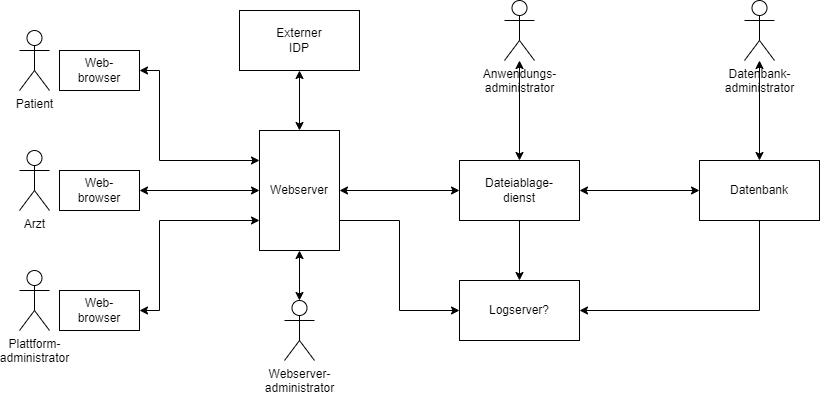
Earlier version of the draw.io export documents/Architekturüberblick/Architekturüberblick.png (DavidFambach/Abgabe-ASE-Patientenakte). Source tidied: cells renumbered, new cells last; positions are measured from the earlier drawing's top-left corner, leaving out a move shared by most shapes. Its diagram source:
```xml
<mxGraphModel>
  <root>
    <mxCell id="0" />
    <mxCell id="1" parent="0" />
    <mxCell id="2" value="Patient" style="shape=umlActor;verticalLabelPosition=bottom;verticalAlign=top;html=1;" parent="1" vertex="1">
      <mxGeometry y="30" width="30" height="60" as="geometry" />
    </mxCell>
    <mxCell id="3" value="Arzt" style="shape=umlActor;verticalLabelPosition=bottom;verticalAlign=top;html=1;" parent="1" vertex="1">
      <mxGeometry y="150" width="30" height="60" as="geometry" />
    </mxCell>
    <mxCell id="4" value="&lt;div&gt;Plattform-&lt;/div&gt;&lt;div&gt;administrator&lt;/div&gt;" style="shape=umlActor;verticalLabelPosition=bottom;verticalAlign=top;html=1;" parent="1" vertex="1">
      <mxGeometry y="270" width="30" height="60" as="geometry" />
    </mxCell>
    <mxCell id="5" style="edgeStyle=orthogonalEdgeStyle;rounded=0;jettySize=auto;html=1;exitX=1;exitY=0.5;exitDx=0;exitDy=0;entryX=0;entryY=0.25;entryDx=0;entryDy=0;startArrow=classic;startFill=1;" parent="1" edge="1" source="6" target="14">
      <mxGeometry relative="1" as="geometry">
        <Array as="points">
          <mxPoint x="140" y="70" />
          <mxPoint x="140" y="160" />
        </Array>
      </mxGeometry>
    </mxCell>
    <mxCell id="6" value="&lt;div&gt;Web-&lt;/div&gt;&lt;div&gt;browser&lt;br&gt;&lt;/div&gt;" style="rounded=0;whiteSpace=wrap;html=1;" parent="1" vertex="1">
      <mxGeometry x="40" y="50" width="80" height="40" as="geometry" />
    </mxCell>
    <mxCell id="7" style="edgeStyle=orthogonalEdgeStyle;rounded=0;jettySize=auto;html=1;exitX=1;exitY=0.5;exitDx=0;exitDy=0;startArrow=classic;startFill=1;" parent="1" edge="1" source="8" target="14">
      <mxGeometry relative="1" as="geometry" />
    </mxCell>
    <mxCell id="8" value="&lt;div&gt;Web-&lt;/div&gt;&lt;div&gt;browser&lt;br&gt;&lt;/div&gt;" style="rounded=0;whiteSpace=wrap;html=1;" parent="1" vertex="1">
      <mxGeometry x="40" y="170" width="80" height="40" as="geometry" />
    </mxCell>
    <mxCell id="9" style="edgeStyle=orthogonalEdgeStyle;rounded=0;jettySize=auto;html=1;exitX=1;exitY=0.5;exitDx=0;exitDy=0;entryX=0;entryY=0.75;entryDx=0;entryDy=0;startArrow=classic;startFill=1;" parent="1" edge="1" source="10" target="14">
      <mxGeometry relative="1" as="geometry">
        <Array as="points">
          <mxPoint x="140" y="310" />
          <mxPoint x="140" y="220" />
        </Array>
      </mxGeometry>
    </mxCell>
    <mxCell id="10" value="&lt;div&gt;Web-&lt;/div&gt;&lt;div&gt;browser&lt;br&gt;&lt;/div&gt;" style="rounded=0;whiteSpace=wrap;html=1;" parent="1" vertex="1">
      <mxGeometry x="40" y="290" width="80" height="40" as="geometry" />
    </mxCell>
    <mxCell id="11" style="edgeStyle=orthogonalEdgeStyle;rounded=0;jettySize=auto;html=1;exitX=1;exitY=0.5;exitDx=0;exitDy=0;startArrow=classic;startFill=1;" parent="1" edge="1" source="14" target="18">
      <mxGeometry relative="1" as="geometry" />
    </mxCell>
    <mxCell id="12" style="edgeStyle=orthogonalEdgeStyle;rounded=0;jettySize=auto;html=1;exitX=1;exitY=0.75;exitDx=0;exitDy=0;entryX=0;entryY=0.5;entryDx=0;entryDy=0;" parent="1" edge="1" source="14" target="21">
      <mxGeometry relative="1" as="geometry" />
    </mxCell>
    <mxCell id="13" style="edgeStyle=orthogonalEdgeStyle;rounded=0;jettySize=auto;html=1;exitX=0.5;exitY=0;exitDx=0;exitDy=0;startArrow=classic;startFill=1;" parent="1" edge="1" source="14" target="15">
      <mxGeometry relative="1" as="geometry" />
    </mxCell>
    <mxCell id="14" value="&lt;div&gt;Webserver&lt;/div&gt;" style="rounded=0;whiteSpace=wrap;html=1;" parent="1" vertex="1">
      <mxGeometry x="240" y="130" width="80" height="120" as="geometry" />
    </mxCell>
    <mxCell id="15" value="&lt;div&gt;Externer&lt;/div&gt;&lt;div&gt;IDP&lt;br&gt;&lt;/div&gt;" style="rounded=0;whiteSpace=wrap;html=1;" parent="1" vertex="1">
      <mxGeometry x="220" y="10" width="120" height="60" as="geometry" />
    </mxCell>
    <mxCell id="16" style="edgeStyle=orthogonalEdgeStyle;rounded=0;jettySize=auto;html=1;exitX=1;exitY=0.5;exitDx=0;exitDy=0;startArrow=classic;startFill=1;" parent="1" edge="1" source="18" target="20">
      <mxGeometry relative="1" as="geometry" />
    </mxCell>
    <mxCell id="17" style="edgeStyle=orthogonalEdgeStyle;rounded=0;jettySize=auto;html=1;exitX=0.5;exitY=1;exitDx=0;exitDy=0;entryX=0.5;entryY=0;entryDx=0;entryDy=0;" parent="1" edge="1" source="18" target="21">
      <mxGeometry relative="1" as="geometry" />
    </mxCell>
    <mxCell id="18" value="&lt;div&gt;Dateiablage-&lt;/div&gt;&lt;div&gt;dienst&lt;br&gt;&lt;/div&gt;" style="rounded=0;whiteSpace=wrap;html=1;" parent="1" vertex="1">
      <mxGeometry x="440" y="160" width="120" height="60" as="geometry" />
    </mxCell>
    <mxCell id="19" style="edgeStyle=orthogonalEdgeStyle;rounded=0;jettySize=auto;html=1;exitX=0.5;exitY=1;exitDx=0;exitDy=0;entryX=1;entryY=0.5;entryDx=0;entryDy=0;" parent="1" edge="1" source="20" target="21">
      <mxGeometry relative="1" as="geometry" />
    </mxCell>
    <mxCell id="20" value="Datenbank" style="rounded=0;whiteSpace=wrap;html=1;" parent="1" vertex="1">
      <mxGeometry x="680" y="160" width="120" height="60" as="geometry" />
    </mxCell>
    <mxCell id="21" value="Logserver?" style="rounded=0;whiteSpace=wrap;html=1;" parent="1" vertex="1">
      <mxGeometry x="440" y="280" width="120" height="60" as="geometry" />
    </mxCell>
    <mxCell id="22" style="edgeStyle=orthogonalEdgeStyle;rounded=0;jettySize=auto;html=1;startArrow=classic;startFill=1;" parent="1" edge="1" source="23" target="18">
      <mxGeometry relative="1" as="geometry" />
    </mxCell>
    <mxCell id="23" value="&lt;div&gt;Anwendungs-&lt;/div&gt;&lt;div&gt;administrator&lt;/div&gt;" style="shape=umlActor;verticalLabelPosition=bottom;verticalAlign=top;html=1;outlineConnect=0;" parent="1" vertex="1">
      <mxGeometry x="485" width="30" height="60" as="geometry" />
    </mxCell>
    <mxCell id="24" style="edgeStyle=orthogonalEdgeStyle;rounded=0;jettySize=auto;html=1;startArrow=classic;startFill=1;" parent="1" edge="1" source="25" target="20">
      <mxGeometry relative="1" as="geometry" />
    </mxCell>
    <mxCell id="25" value="&lt;div&gt;Datenbank-&lt;/div&gt;&lt;div&gt;administrator&lt;/div&gt;" style="shape=umlActor;verticalLabelPosition=bottom;verticalAlign=top;html=1;outlineConnect=0;" parent="1" vertex="1">
      <mxGeometry x="725" width="30" height="60" as="geometry" />
    </mxCell>
    <mxCell id="26" style="edgeStyle=orthogonalEdgeStyle;rounded=0;jettySize=auto;html=1;startArrow=classic;startFill=1;" parent="1" edge="1" source="27" target="14">
      <mxGeometry relative="1" as="geometry" />
    </mxCell>
    <mxCell id="27" value="&lt;div&gt;Webserver-&lt;/div&gt;&lt;div&gt;administrator&lt;/div&gt;" style="shape=umlActor;verticalLabelPosition=bottom;verticalAlign=top;html=1;outlineConnect=0;" parent="1" vertex="1">
      <mxGeometry x="265" y="300" width="30" height="60" as="geometry" />
    </mxCell>
  </root>
</mxGraphModel>
```
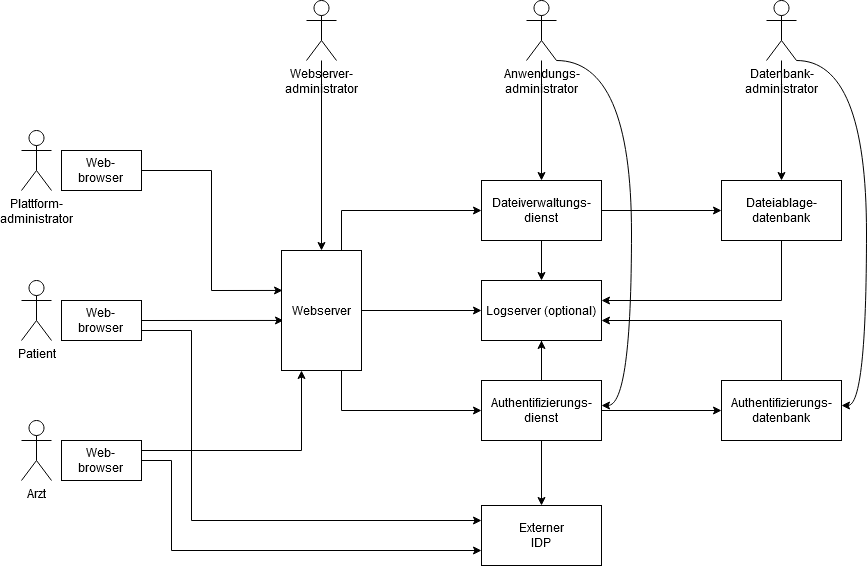
After the commit.

What changed in the source:
```diff
@@ -3,92 +3,179 @@
     <mxCell id="0" />
     <mxCell id="1" parent="0" />
     <mxCell id="2" value="Patient" style="shape=umlActor;verticalLabelPosition=bottom;verticalAlign=top;html=1;" parent="1" vertex="1">
-      <mxGeometry y="30" width="30" height="60" as="geometry" />
+      <mxGeometry x="-20" y="320" width="30" height="60" as="geometry" />
     </mxCell>
     <mxCell id="3" value="Arzt" style="shape=umlActor;verticalLabelPosition=bottom;verticalAlign=top;html=1;" parent="1" vertex="1">
-      <mxGeometry y="150" width="30" height="60" as="geometry" />
+      <mxGeometry x="-20" y="460" width="30" height="60" as="geometry" />
     </mxCell>
     <mxCell id="4" value="&lt;div&gt;Plattform-&lt;/div&gt;&lt;div&gt;administrator&lt;/div&gt;" style="shape=umlActor;verticalLabelPosition=bottom;verticalAlign=top;html=1;" parent="1" vertex="1">
-      <mxGeometry y="270" width="30" height="60" as="geometry" />
+      <mxGeometry x="-20" y="170" width="30" height="60" as="geometry" />
     </mxCell>
-    <mxCell id="5" style="edgeStyle=orthogonalEdgeStyle;rounded=0;jettySize=auto;html=1;exitX=1;exitY=0.5;exitDx=0;exitDy=0;entryX=0;entryY=0.25;entryDx=0;entryDy=0;startArrow=classic;startFill=1;" parent="1" edge="1" source="6" target="14">
-      <mxGeometry relative="1" as="geometry">
-        <Array as="points">
-          <mxPoint x="140" y="70" />
-          <mxPoint x="140" y="160" />
-        </Array>
-      </mxGeometry>
+    <mxCell id="5" style="rounded=0;jettySize=auto;html=1;exitX=1;exitY=0.5;exitDx=0;exitDy=0;entryX=0.025;entryY=0.583;entryDx=0;entryDy=0;startArrow=none;startFill=0;entryPerimeter=0;" parent="1" edge="1" source="6" target="14">
+      <mxGeometry relative="1" as="geometry" />
     </mxCell>
     <mxCell id="6" value="&lt;div&gt;Web-&lt;/div&gt;&lt;div&gt;browser&lt;br&gt;&lt;/div&gt;" style="rounded=0;whiteSpace=wrap;html=1;" parent="1" vertex="1">
-      <mxGeometry x="40" y="50" width="80" height="40" as="geometry" />
+      <mxGeometry x="20" y="340" width="80" height="40" as="geometry" />
     </mxCell>
-    <mxCell id="7" style="edgeStyle=orthogonalEdgeStyle;rounded=0;jettySize=auto;html=1;exitX=1;exitY=0.5;exitDx=0;exitDy=0;startArrow=classic;startFill=1;" parent="1" edge="1" source="8" target="14">
-      <mxGeometry relative="1" as="geometry" />
-    </mxCell>
+    <mxCell id="28" style="edgeStyle=orthogonalEdgeStyle;rounded=0;jettySize=auto;html=1;exitX=1;exitY=0.75;exitDx=0;exitDy=0;entryX=0;entryY=0.75;entryDx=0;entryDy=0;startArrow=none;startFill=0;endArrow=classic;endFill=1;" parent="1" edge="1" source="8" target="15">
+      <mxGeometry relative="1" as="geometry">
+        <Array as="points">
+          <mxPoint x="100" y="500" />
+          <mxPoint x="130" y="500" />
+          <mxPoint x="130" y="590" />
+        </Array>
+      </mxGeometry>
+    </mxCell>
     <mxCell id="8" value="&lt;div&gt;Web-&lt;/div&gt;&lt;div&gt;browser&lt;br&gt;&lt;/div&gt;" style="rounded=0;whiteSpace=wrap;html=1;" parent="1" vertex="1">
-      <mxGeometry x="40" y="170" width="80" height="40" as="geometry" />
+      <mxGeometry x="20" y="480" width="80" height="40" as="geometry" />
     </mxCell>
-    <mxCell id="9" style="edgeStyle=orthogonalEdgeStyle;rounded=0;jettySize=auto;html=1;exitX=1;exitY=0.5;exitDx=0;exitDy=0;entryX=0;entryY=0.75;entryDx=0;entryDy=0;startArrow=classic;startFill=1;" parent="1" edge="1" source="10" target="14">
-      <mxGeometry relative="1" as="geometry">
-        <Array as="points">
-          <mxPoint x="140" y="310" />
-          <mxPoint x="140" y="220" />
-        </Array>
-      </mxGeometry>
-    </mxCell>
     <mxCell id="10" value="&lt;div&gt;Web-&lt;/div&gt;&lt;div&gt;browser&lt;br&gt;&lt;/div&gt;" style="rounded=0;whiteSpace=wrap;html=1;" parent="1" vertex="1">
-      <mxGeometry x="40" y="290" width="80" height="40" as="geometry" />
+      <mxGeometry x="20" y="190" width="80" height="40" as="geometry" />
     </mxCell>
-    <mxCell id="11" style="edgeStyle=orthogonalEdgeStyle;rounded=0;jettySize=auto;html=1;exitX=1;exitY=0.5;exitDx=0;exitDy=0;startArrow=classic;startFill=1;" parent="1" edge="1" source="14" target="18">
-      <mxGeometry relative="1" as="geometry" />
-    </mxCell>
-    <mxCell id="12" style="edgeStyle=orthogonalEdgeStyle;rounded=0;jettySize=auto;html=1;exitX=1;exitY=0.75;exitDx=0;exitDy=0;entryX=0;entryY=0.5;entryDx=0;entryDy=0;" parent="1" edge="1" source="14" target="21">
-      <mxGeometry relative="1" as="geometry" />
-    </mxCell>
-    <mxCell id="13" style="edgeStyle=orthogonalEdgeStyle;rounded=0;jettySize=auto;html=1;exitX=0.5;exitY=0;exitDx=0;exitDy=0;startArrow=classic;startFill=1;" parent="1" edge="1" source="14" target="15">
-      <mxGeometry relative="1" as="geometry" />
-    </mxCell>
-    <mxCell id="14" value="&lt;div&gt;Webserver&lt;/div&gt;" style="rounded=0;whiteSpace=wrap;html=1;" parent="1" vertex="1">
-      <mxGeometry x="240" y="130" width="80" height="120" as="geometry" />
-    </mxCell>
     <mxCell id="15" value="&lt;div&gt;Externer&lt;/div&gt;&lt;div&gt;IDP&lt;br&gt;&lt;/div&gt;" style="rounded=0;whiteSpace=wrap;html=1;" parent="1" vertex="1">
-      <mxGeometry x="220" y="10" width="120" height="60" as="geometry" />
+      <mxGeometry x="440" y="545" width="120" height="60" as="geometry" />
     </mxCell>
-    <mxCell id="16" style="edgeStyle=orthogonalEdgeStyle;rounded=0;jettySize=auto;html=1;exitX=1;exitY=0.5;exitDx=0;exitDy=0;startArrow=classic;startFill=1;" parent="1" edge="1" source="18" target="20">
+    <mxCell id="16" style="edgeStyle=orthogonalEdgeStyle;rounded=0;jettySize=auto;html=1;exitX=1;exitY=0.5;exitDx=0;exitDy=0;startArrow=none;startFill=0;" parent="1" edge="1" source="18" target="20">
       <mxGeometry relative="1" as="geometry" />
     </mxCell>
     <mxCell id="17" style="edgeStyle=orthogonalEdgeStyle;rounded=0;jettySize=auto;html=1;exitX=0.5;exitY=1;exitDx=0;exitDy=0;entryX=0.5;entryY=0;entryDx=0;entryDy=0;" parent="1" edge="1" source="18" target="21">
       <mxGeometry relative="1" as="geometry" />
     </mxCell>
-    <mxCell id="18" value="&lt;div&gt;Dateiablage-&lt;/div&gt;&lt;div&gt;dienst&lt;br&gt;&lt;/div&gt;" style="rounded=0;whiteSpace=wrap;html=1;" parent="1" vertex="1">
-      <mxGeometry x="440" y="160" width="120" height="60" as="geometry" />
+    <mxCell id="18" value="&lt;div&gt;Dateiverwaltungs-&lt;/div&gt;&lt;div&gt;dienst&lt;br&gt;&lt;/div&gt;" style="rounded=0;whiteSpace=wrap;html=1;" parent="1" vertex="1">
+      <mxGeometry x="440" y="220" width="120" height="60" as="geometry" />
     </mxCell>
-    <mxCell id="19" style="edgeStyle=orthogonalEdgeStyle;rounded=0;jettySize=auto;html=1;exitX=0.5;exitY=1;exitDx=0;exitDy=0;entryX=1;entryY=0.5;entryDx=0;entryDy=0;" parent="1" edge="1" source="20" target="21">
-      <mxGeometry relative="1" as="geometry" />
+    <mxCell id="19" style="edgeStyle=orthogonalEdgeStyle;rounded=0;jettySize=auto;html=1;exitX=0.5;exitY=1;exitDx=0;exitDy=0;" parent="1" edge="1" source="20">
+      <mxGeometry relative="1" as="geometry">
+        <mxPoint x="560" y="340" as="targetPoint" />
+        <Array as="points">
+          <mxPoint x="740" y="340" />
+          <mxPoint x="560" y="340" />
+        </Array>
+      </mxGeometry>
     </mxCell>
-    <mxCell id="20" value="Datenbank" style="rounded=0;whiteSpace=wrap;html=1;" parent="1" vertex="1">
-      <mxGeometry x="680" y="160" width="120" height="60" as="geometry" />
+    <mxCell id="20" value="Dateiablage-datenbank" style="rounded=0;whiteSpace=wrap;html=1;" parent="1" vertex="1">
+      <mxGeometry x="680" y="220" width="120" height="60" as="geometry" />
     </mxCell>
-    <mxCell id="21" value="Logserver?" style="rounded=0;whiteSpace=wrap;html=1;" parent="1" vertex="1">
-      <mxGeometry x="440" y="280" width="120" height="60" as="geometry" />
+    <mxCell id="21" value="Logserver (optional)" style="rounded=0;whiteSpace=wrap;html=1;" parent="1" vertex="1">
+      <mxGeometry x="440" y="320" width="120" height="60" as="geometry" />
     </mxCell>
-    <mxCell id="22" style="edgeStyle=orthogonalEdgeStyle;rounded=0;jettySize=auto;html=1;startArrow=classic;startFill=1;" parent="1" edge="1" source="23" target="18">
+    <mxCell id="22" style="edgeStyle=orthogonalEdgeStyle;rounded=0;jettySize=auto;html=1;startArrow=none;startFill=0;endArrow=classic;endFill=1;" parent="1" edge="1" source="23" target="18">
       <mxGeometry relative="1" as="geometry" />
     </mxCell>
+    <mxCell id="29" style="edgeStyle=orthogonalEdgeStyle;rounded=0;jettySize=auto;html=1;exitX=1;exitY=1;exitDx=0;exitDy=0;exitPerimeter=0;curved=1;" parent="1" edge="1" source="23" target="34">
+      <mxGeometry relative="1" as="geometry">
+        <Array as="points">
+          <mxPoint x="590" y="100" />
+          <mxPoint x="590" y="445" />
+        </Array>
+      </mxGeometry>
+    </mxCell>
     <mxCell id="23" value="&lt;div&gt;Anwendungs-&lt;/div&gt;&lt;div&gt;administrator&lt;/div&gt;" style="shape=umlActor;verticalLabelPosition=bottom;verticalAlign=top;html=1;outlineConnect=0;" parent="1" vertex="1">
-      <mxGeometry x="485" width="30" height="60" as="geometry" />
+      <mxGeometry x="485" y="40" width="30" height="60" as="geometry" />
     </mxCell>
-    <mxCell id="24" style="edgeStyle=orthogonalEdgeStyle;rounded=0;jettySize=auto;html=1;startArrow=classic;startFill=1;" parent="1" edge="1" source="25" target="20">
+    <mxCell id="24" style="edgeStyle=orthogonalEdgeStyle;rounded=0;jettySize=auto;html=1;startArrow=none;startFill=0;" parent="1" edge="1" source="25" target="20">
       <mxGeometry relative="1" as="geometry" />
     </mxCell>
     <mxCell id="25" value="&lt;div&gt;Datenbank-&lt;/div&gt;&lt;div&gt;administrator&lt;/div&gt;" style="shape=umlActor;verticalLabelPosition=bottom;verticalAlign=top;html=1;outlineConnect=0;" parent="1" vertex="1">
-      <mxGeometry x="725" width="30" height="60" as="geometry" />
+      <mxGeometry x="725" y="40" width="30" height="60" as="geometry" />
     </mxCell>
-    <mxCell id="26" style="edgeStyle=orthogonalEdgeStyle;rounded=0;jettySize=auto;html=1;startArrow=classic;startFill=1;" parent="1" edge="1" source="27" target="14">
+    <mxCell id="26" style="edgeStyle=orthogonalEdgeStyle;rounded=0;jettySize=auto;html=1;entryX=0.5;entryY=0;entryDx=0;entryDy=0;" parent="1" edge="1" source="27" target="14">
       <mxGeometry relative="1" as="geometry" />
     </mxCell>
     <mxCell id="27" value="&lt;div&gt;Webserver-&lt;/div&gt;&lt;div&gt;administrator&lt;/div&gt;" style="shape=umlActor;verticalLabelPosition=bottom;verticalAlign=top;html=1;outlineConnect=0;" parent="1" vertex="1">
-      <mxGeometry x="265" y="300" width="30" height="60" as="geometry" />
+      <mxGeometry x="265" y="40" width="30" height="60" as="geometry" />
     </mxCell>
+    <mxCell id="30" style="endArrow=classic;html=1;rounded=0;exitX=1;exitY=0.75;exitDx=0;exitDy=0;entryX=0;entryY=0.25;entryDx=0;entryDy=0;edgeStyle=orthogonalEdgeStyle;" parent="1" edge="1" source="6" target="15">
+      <mxGeometry relative="1" as="geometry">
+        <Array as="points">
+          <mxPoint x="150" y="370" />
+          <mxPoint x="150" y="560" />
+        </Array>
+      </mxGeometry>
+    </mxCell>
+    <mxCell id="7" style="edgeStyle=orthogonalEdgeStyle;rounded=0;jettySize=auto;html=1;exitX=1;exitY=0.25;exitDx=0;exitDy=0;startArrow=none;startFill=0;entryX=0.25;entryY=1;entryDx=0;entryDy=0;" parent="1" edge="1" source="8" target="14">
+      <mxGeometry relative="1" as="geometry">
+        <Array as="points">
+          <mxPoint x="260" y="490" />
+        </Array>
+      </mxGeometry>
+    </mxCell>
+    <mxCell id="31" style="edgeStyle=orthogonalEdgeStyle;rounded=0;jettySize=auto;html=1;startArrow=none;startFill=0;exitX=0.75;exitY=1;exitDx=0;exitDy=0;" parent="1" edge="1" source="14" target="34">
+      <mxGeometry relative="1" as="geometry">
+        <Array as="points">
+          <mxPoint x="300" y="450" />
+        </Array>
+      </mxGeometry>
+    </mxCell>
+    <mxCell id="32" style="edgeStyle=orthogonalEdgeStyle;rounded=0;jettySize=auto;html=1;exitX=0.5;exitY=0;exitDx=0;exitDy=0;entryX=0.5;entryY=1;entryDx=0;entryDy=0;startArrow=none;" parent="1" edge="1" target="21">
+      <mxGeometry relative="1" as="geometry">
+        <mxPoint x="500" y="390" as="sourcePoint" />
+      </mxGeometry>
+    </mxCell>
+    <mxCell id="33" style="edgeStyle=orthogonalEdgeStyle;rounded=0;jettySize=auto;html=1;exitX=1;exitY=0.5;exitDx=0;exitDy=0;entryX=0;entryY=0.5;entryDx=0;entryDy=0;" parent="1" edge="1" source="34" target="36">
+      <mxGeometry relative="1" as="geometry" />
+    </mxCell>
+    <mxCell id="34" value="&lt;div&gt;Authentifizierungs-&lt;/div&gt;&lt;div&gt;dienst&lt;br&gt;&lt;/div&gt;" style="rounded=0;whiteSpace=wrap;html=1;" parent="1" vertex="1">
+      <mxGeometry x="440" y="420" width="120" height="60" as="geometry" />
+    </mxCell>
+    <mxCell id="35" style="edgeStyle=orthogonalEdgeStyle;rounded=0;jettySize=auto;html=1;exitX=0.5;exitY=0;exitDx=0;exitDy=0;" parent="1" edge="1" source="36">
+      <mxGeometry relative="1" as="geometry">
+        <mxPoint x="560" y="360" as="targetPoint" />
+        <Array as="points">
+          <mxPoint x="740" y="360" />
+          <mxPoint x="560" y="360" />
+        </Array>
+      </mxGeometry>
+    </mxCell>
+    <mxCell id="36" value="Authentifizierungs-datenbank" style="rounded=0;whiteSpace=wrap;html=1;" parent="1" vertex="1">
+      <mxGeometry x="680" y="420" width="120" height="60" as="geometry" />
+    </mxCell>
+    <mxCell id="12" style="edgeStyle=orthogonalEdgeStyle;rounded=0;jettySize=auto;html=1;" parent="1" edge="1" source="14" target="21">
+      <mxGeometry relative="1" as="geometry" />
+    </mxCell>
+    <mxCell id="37" style="edgeStyle=orthogonalEdgeStyle;rounded=0;jettySize=auto;html=1;exitX=0.75;exitY=0;exitDx=0;exitDy=0;" parent="1" edge="1" source="14">
+      <mxGeometry relative="1" as="geometry">
+        <mxPoint x="440" y="250" as="targetPoint" />
+        <Array as="points">
+          <mxPoint x="300" y="250" />
+          <mxPoint x="440" y="250" />
+        </Array>
+      </mxGeometry>
+    </mxCell>
+    <mxCell id="14" value="&lt;div&gt;Webserver&lt;/div&gt;" style="rounded=0;whiteSpace=wrap;html=1;" parent="1" vertex="1">
+      <mxGeometry x="240" y="290" width="80" height="120" as="geometry" />
+    </mxCell>
+    <mxCell id="38" style="edgeStyle=orthogonalEdgeStyle;rounded=0;jettySize=auto;html=1;curved=1;exitX=1;exitY=1;exitDx=0;exitDy=0;exitPerimeter=0;" parent="1" edge="1" source="25" target="36">
+      <mxGeometry relative="1" as="geometry">
+        <Array as="points">
+          <mxPoint x="825" y="100" />
+          <mxPoint x="825" y="445" />
+        </Array>
+      </mxGeometry>
+    </mxCell>
+    <mxCell id="39" style="edgeStyle=orthogonalEdgeStyle;rounded=0;jettySize=auto;html=1;exitX=0.5;exitY=1;exitDx=0;exitDy=0;endArrow=none;" parent="1" edge="1" source="34">
+      <mxGeometry relative="1" as="geometry">
+        <mxPoint x="500" y="500" as="targetPoint" />
+      </mxGeometry>
+    </mxCell>
+    <mxCell id="40" style="edgeStyle=orthogonalEdgeStyle;rounded=0;orthogonalLoop=1;jettySize=auto;html=1;exitX=1;exitY=0.5;exitDx=0;exitDy=0;entryX=0.013;entryY=0.333;entryDx=0;entryDy=0;entryPerimeter=0;" parent="1" edge="1">
+      <mxGeometry relative="1" as="geometry">
+        <mxPoint x="100" y="210" as="sourcePoint" />
+        <mxPoint x="241" y="330" as="targetPoint" />
+        <Array as="points">
+          <mxPoint x="170" y="210" />
+          <mxPoint x="170" y="330" />
+        </Array>
+      </mxGeometry>
+    </mxCell>
+    <mxCell id="41" style="edgeStyle=orthogonalEdgeStyle;rounded=0;jettySize=auto;html=1;exitX=0.5;exitY=0;exitDx=0;exitDy=0;entryX=0.5;entryY=1;entryDx=0;entryDy=0;endArrow=none;" parent="1" edge="1" source="34" target="21">
+      <mxGeometry relative="1" as="geometry" />
+    </mxCell>
+    <mxCell id="42" style="edgeStyle=orthogonalEdgeStyle;rounded=0;orthogonalLoop=1;jettySize=auto;html=1;exitX=0.5;exitY=1;exitDx=0;exitDy=0;startArrow=none;" parent="1" edge="1">
+      <mxGeometry relative="1" as="geometry">
+        <mxPoint x="500" y="480" as="sourcePoint" />
+        <mxPoint x="500" y="545" as="targetPoint" />
+      </mxGeometry>
+    </mxCell>
   </root>
 </mxGraphModel>
```
